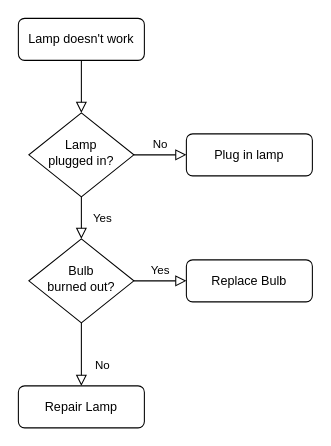
This is Untitled Diagram.drawio from caesar96/simplecrud, a draw.io file, before an edit. Source tidied: cells renumbered, new cells numbered last; positions are measured from the earlier drawing's top-left corner, leaving out a move shared by most shapes. Both pictures are drawn from the tidied source at 105%, with x=0, y=0 at pixel (18, 18).
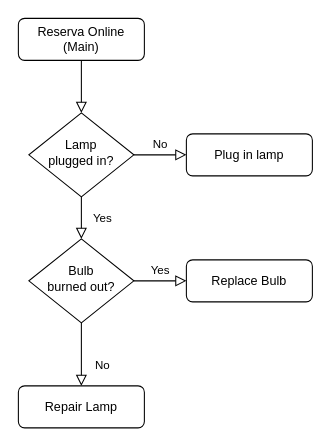
The same page after the edit.

Change to the diagram source:
```diff
@@
 <mxGraphModel>
   <root>
     <mxCell id="0" />
     <mxCell id="1" parent="0" />
     <mxCell id="2" style="rounded=0;html=1;jettySize=auto;fontSize=11;endArrow=block;endFill=0;endSize=8;strokeWidth=1;shadow=0;labelBackgroundColor=none;edgeStyle=orthogonalEdgeStyle;" parent="1" edge="1" source="3" target="6">
       <mxGeometry relative="1" as="geometry" />
     </mxCell>
-    <mxCell id="3" value="Lamp doesn't work" style="rounded=1;whiteSpace=wrap;html=1;fontSize=12;glass=0;strokeWidth=1;shadow=0;" parent="1" vertex="1">
+    <mxCell id="3" value="Reserva Online (Main)" style="rounded=1;whiteSpace=wrap;html=1;fontSize=12;glass=0;strokeWidth=1;shadow=0;" parent="1" vertex="1">
       <mxGeometry width="120" height="40" as="geometry" />
     </mxCell>
     <mxCell id="4" value="Yes" style="rounded=0;html=1;jettySize=auto;fontSize=11;endArrow=block;endFill=0;endSize=8;strokeWidth=1;shadow=0;labelBackgroundColor=none;edgeStyle=orthogonalEdgeStyle;" parent="1" edge="1" source="6" target="10">
       <mxGeometry y="20" relative="1" as="geometry" />
     </mxCell>
     <mxCell id="5" value="No" style="edgeStyle=orthogonalEdgeStyle;rounded=0;html=1;jettySize=auto;fontSize=11;endArrow=block;endFill=0;endSize=8;strokeWidth=1;shadow=0;labelBackgroundColor=none;" parent="1" edge="1" source="6" target="7">
       <mxGeometry y="10" relative="1" as="geometry" />
     </mxCell>
     <mxCell id="6" value="Lamp&lt;br&gt;plugged in?" style="rhombus;whiteSpace=wrap;html=1;shadow=0;fontFamily=Helvetica;fontSize=12;align=center;strokeWidth=1;spacing=6;spacingTop=-4;" parent="1" vertex="1">
       <mxGeometry x="10" y="90" width="100" height="80" as="geometry" />
     </mxCell>
     <mxCell id="7" value="Plug in lamp" style="rounded=1;whiteSpace=wrap;html=1;fontSize=12;glass=0;strokeWidth=1;shadow=0;" parent="1" vertex="1">
       <mxGeometry x="160" y="110" width="120" height="40" as="geometry" />
     </mxCell>
     <mxCell id="8" value="No" style="rounded=0;html=1;jettySize=auto;fontSize=11;endArrow=block;endFill=0;endSize=8;strokeWidth=1;shadow=0;labelBackgroundColor=none;edgeStyle=orthogonalEdgeStyle;" parent="1" edge="1" source="10" target="11">
       <mxGeometry x="0.33" y="20" relative="1" as="geometry" />
     </mxCell>
     <mxCell id="9" value="Yes" style="edgeStyle=orthogonalEdgeStyle;rounded=0;html=1;jettySize=auto;fontSize=11;endArrow=block;endFill=0;endSize=8;strokeWidth=1;shadow=0;labelBackgroundColor=none;" parent="1" edge="1" source="10" target="12">
       <mxGeometry y="10" relative="1" as="geometry" />
     </mxCell>
     <mxCell id="10" value="Bulb&lt;br&gt;burned out?" style="rhombus;whiteSpace=wrap;html=1;shadow=0;fontFamily=Helvetica;fontSize=12;align=center;strokeWidth=1;spacing=6;spacingTop=-4;" parent="1" vertex="1">
       <mxGeometry x="10" y="210" width="100" height="80" as="geometry" />
     </mxCell>
     <mxCell id="11" value="Repair Lamp" style="rounded=1;whiteSpace=wrap;html=1;fontSize=12;glass=0;strokeWidth=1;shadow=0;" parent="1" vertex="1">
       <mxGeometry y="350" width="120" height="40" as="geometry" />
     </mxCell>
     <mxCell id="12" value="Replace Bulb" style="rounded=1;whiteSpace=wrap;html=1;fontSize=12;glass=0;strokeWidth=1;shadow=0;" parent="1" vertex="1">
       <mxGeometry x="160" y="230" width="120" height="40" as="geometry" />
     </mxCell>
   </root>
 </mxGraphModel>
```
